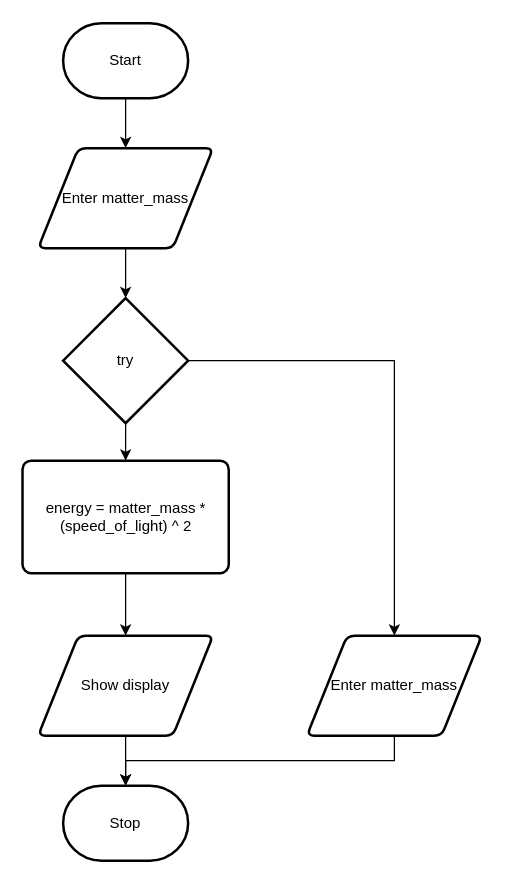
Rodas-Nega1/ics4u-unit-1-02-typescript keeps this draw.io diagram as flowchart.drawio. Above is the earlier version. Source tidied: cells renumbered, new cells numbered last; positions are measured from the earlier drawing's top-left corner, leaving out a move shared by most shapes. Both pictures are drawn from the tidied source at 125%, with x=0, y=0 at pixel (21, 22).
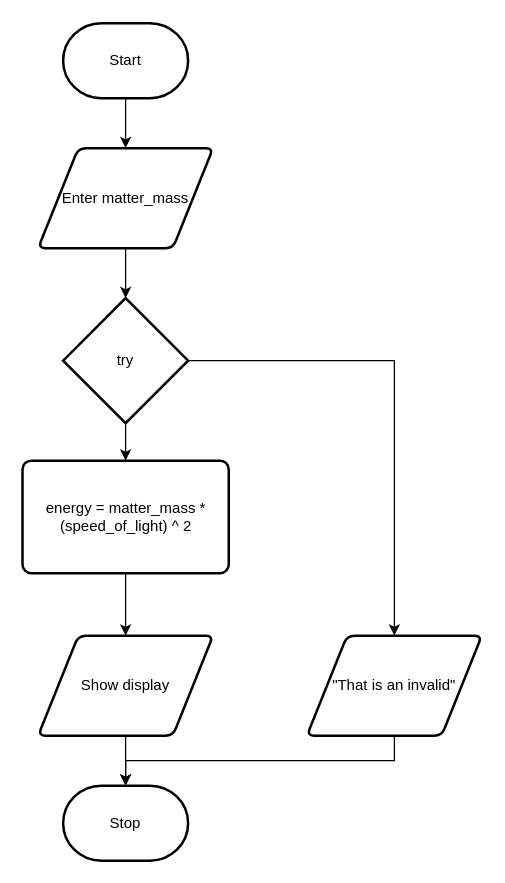
After the change.

What changed in the source:
```diff
@@
-    <mxCell id="15" value="Enter matter_mass" style="shape=parallelogram;html=1;strokeWidth=2;perimeter=parallelogramPerimeter;whiteSpace=wrap;rounded=1;arcSize=12;size=0.23;" parent="1" vertex="1">
+    <mxCell id="15" value="&quot;That is an invalid&quot;" style="shape=parallelogram;html=1;strokeWidth=2;perimeter=parallelogramPerimeter;whiteSpace=wrap;rounded=1;arcSize=12;size=0.23;" parent="1" vertex="1">
       <mxGeometry x="228" y="490" width="140" height="80" as="geometry" />
     </mxCell>
```
